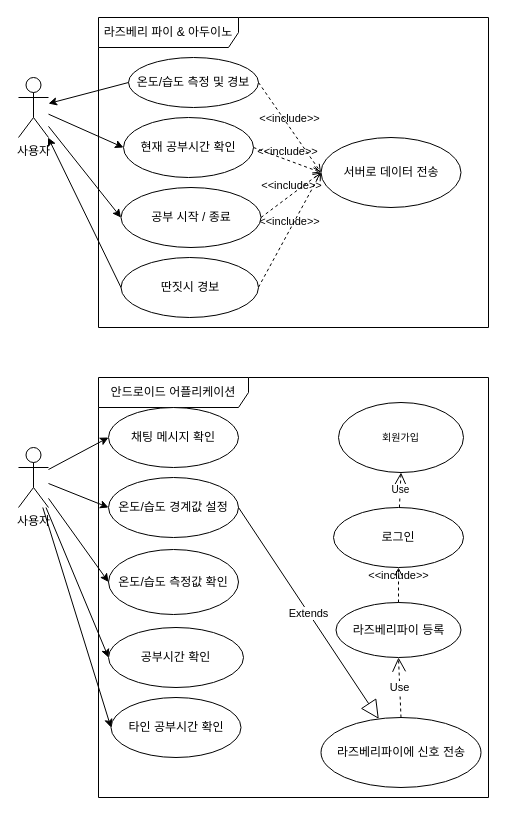
This is page "유스케이스" (1 of 13) of doc/UML.drawio from veryneuron/study_mate_project, a draw.io file, before an edit. Source tidied: cells renumbered, new cells numbered last; positions are measured from the earlier drawing's top-left corner, leaving out a move shared by most shapes. Both pictures are drawn from the tidied source at 100%, with x=0, y=0 at pixel (18, 17).
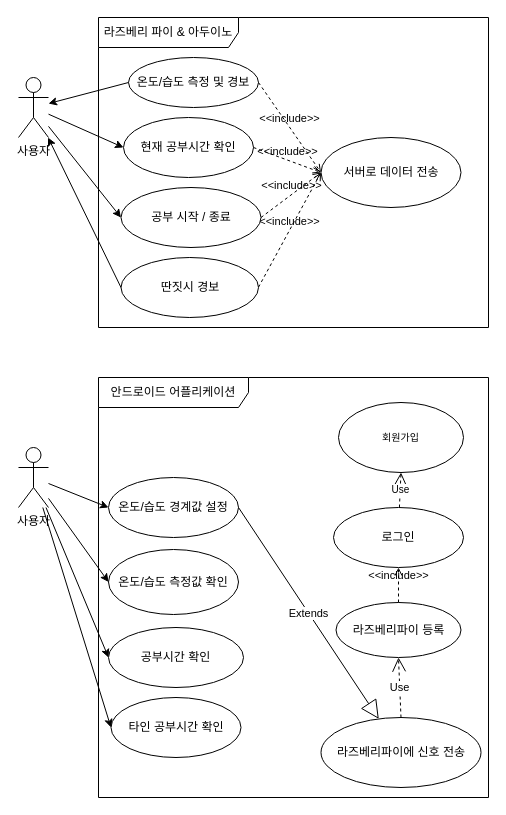
The same diagram, later.

The change refers to these unchanged cells:
```xml
<mxCell id="19" value="사용자" style="shape=umlActor;verticalLabelPosition=bottom;verticalAlign=top;html=1;outlineConnect=0;" parent="1" vertex="1">
  <mxGeometry y="430" width="30" height="60" as="geometry" />
</mxCell>
```

Change to the diagram source:
```diff
@@
-    <mxCell id="17" value="채팅 메시지 확인" style="ellipse;whiteSpace=wrap;html=1;" parent="1" vertex="1">
-      <mxGeometry x="90" y="390" width="130" height="60" as="geometry" />
-    </mxCell>
@@
-    <mxCell id="27" style="endArrow=classic;html=1;rounded=0;entryX=0;entryY=0.5;entryDx=0;entryDy=0;" parent="1" edge="1" source="19" target="17">
-      <mxGeometry relative="1" as="geometry" />
-    </mxCell>
```
